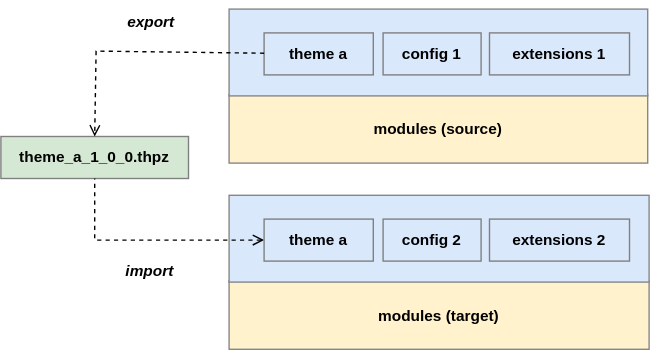
MalcomChumchouaPenda/Pigal-Flask keeps this draw.io diagram as docs/diagrams/pigal_theme_flows.drawio.svg. Above is the earlier version. Source tidied: cells renumbered, new cells last; positions are measured from the earlier drawing's top-left corner, leaving out a move shared by most shapes. Its diagram source:
```xml
<mxGraphModel>
  <root>
    <mxCell id="0" />
    <mxCell id="1" parent="0" />
    <mxCell id="2" value="modules (source)" style="rounded=0;whiteSpace=wrap;html=1;fillColor=#FFF2CC;strokeColor=#878787;fontStyle=1;fontSize=11;" parent="1" vertex="1">
      <mxGeometry x="163" y="67" width="299" height="49" as="geometry" />
    </mxCell>
    <mxCell id="3" value="import" style="text;html=1;strokeColor=none;fillColor=none;align=center;verticalAlign=middle;rounded=0;fontStyle=3;fontSize=11;" parent="1" vertex="1">
      <mxGeometry x="82" y="178" width="48.8" height="30" as="geometry" />
    </mxCell>
    <mxCell id="4" style="rounded=0;whiteSpace=wrap;html=1;fillColor=#dae8fc;fontStyle=1;fontSize=11;strokeColor=#878787;" parent="1" vertex="1">
      <mxGeometry x="163" y="6" width="299" height="62" as="geometry" />
    </mxCell>
    <mxCell id="5" value="theme a" style="text;html=1;align=center;verticalAlign=middle;whiteSpace=wrap;rounded=0;fontSize=11;fontStyle=1;fillColor=none;strokeColor=#808080;" parent="1" vertex="1">
      <mxGeometry x="188" y="23" width="78" height="30" as="geometry" />
    </mxCell>
    <mxCell id="6" value="theme_a_1_0_0.thpz" style="text;html=1;align=center;verticalAlign=middle;whiteSpace=wrap;rounded=0;fontSize=11;fontStyle=1;fillColor=#D5E8D4;strokeColor=#808080;" parent="1" vertex="1">
      <mxGeometry y="97" width="134" height="30" as="geometry" />
    </mxCell>
    <mxCell id="7" value="export" style="text;html=1;strokeColor=none;fillColor=none;align=center;verticalAlign=middle;rounded=0;fontStyle=3;fontSize=11;" parent="1" vertex="1">
      <mxGeometry x="83" width="47.8" height="30" as="geometry" />
    </mxCell>
    <mxCell id="8" value="config 1" style="text;html=1;align=center;verticalAlign=middle;whiteSpace=wrap;rounded=0;fontSize=11;fontStyle=1;fillColor=none;strokeColor=#808080;" parent="1" vertex="1">
      <mxGeometry x="273" y="23" width="70" height="30" as="geometry" />
    </mxCell>
    <mxCell id="9" value="extensions 1" style="text;html=1;align=center;verticalAlign=middle;whiteSpace=wrap;rounded=0;fontSize=11;fontStyle=1;fillColor=none;strokeColor=#808080;" parent="1" vertex="1">
      <mxGeometry x="349" y="23" width="100" height="30" as="geometry" />
    </mxCell>
    <mxCell id="10" value="modules (target)" style="rounded=0;whiteSpace=wrap;html=1;fillColor=#FFF2CC;strokeColor=#878787;fontStyle=1;fontSize=11;" parent="1" vertex="1">
      <mxGeometry x="163" y="200" width="300" height="49" as="geometry" />
    </mxCell>
    <mxCell id="11" style="rounded=0;whiteSpace=wrap;html=1;fillColor=#dae8fc;fontStyle=1;fontSize=11;strokeColor=#878787;" parent="1" vertex="1">
      <mxGeometry x="163" y="139" width="300" height="62" as="geometry" />
    </mxCell>
    <mxCell id="12" style="edgeStyle=none;html=1;entryX=0.5;entryY=1;entryDx=0;entryDy=0;rounded=0;curved=0;dashed=1;endArrow=none;endFill=0;startArrow=open;startFill=0;" parent="1" edge="1" source="13" target="6">
      <mxGeometry relative="1" as="geometry">
        <Array as="points">
          <mxPoint x="67" y="171" />
        </Array>
      </mxGeometry>
    </mxCell>
    <mxCell id="13" value="theme a" style="text;html=1;align=center;verticalAlign=middle;whiteSpace=wrap;rounded=0;fontSize=11;fontStyle=1;fillColor=none;strokeColor=#808080;" parent="1" vertex="1">
      <mxGeometry x="188" y="156" width="78" height="30" as="geometry" />
    </mxCell>
    <mxCell id="14" value="config 2" style="text;html=1;align=center;verticalAlign=middle;whiteSpace=wrap;rounded=0;fontSize=11;fontStyle=1;fillColor=none;strokeColor=#808080;" parent="1" vertex="1">
      <mxGeometry x="273" y="156" width="70" height="30" as="geometry" />
    </mxCell>
    <mxCell id="15" value="extensions 2" style="text;html=1;align=center;verticalAlign=middle;whiteSpace=wrap;rounded=0;fontSize=11;fontStyle=1;fillColor=none;strokeColor=#808080;" parent="1" vertex="1">
      <mxGeometry x="349" y="156" width="100" height="30" as="geometry" />
    </mxCell>
    <mxCell id="16" style="edgeStyle=none;html=1;entryX=0.5;entryY=0;entryDx=0;entryDy=0;rounded=0;curved=0;dashed=1;endArrow=open;endFill=0;" parent="1" edge="1" source="5" target="6">
      <mxGeometry relative="1" as="geometry">
        <Array as="points">
          <mxPoint x="68" y="36" />
        </Array>
      </mxGeometry>
    </mxCell>
  </root>
</mxGraphModel>
```
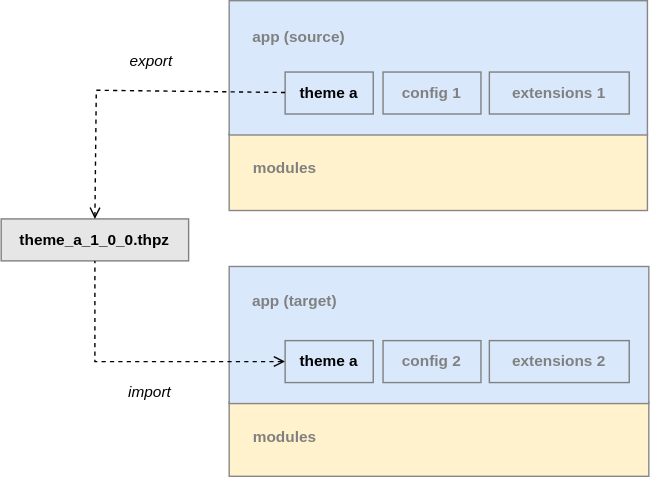
After the commit.

Commit message:
change theme/module architecture

Change to the diagram source:
```diff
@@ -2,35 +2,35 @@
   <root>
     <mxCell id="0" />
     <mxCell id="1" parent="0" />
-    <mxCell id="2" value="modules (source)" style="rounded=0;whiteSpace=wrap;html=1;fillColor=#FFF2CC;strokeColor=#878787;fontStyle=1;fontSize=11;" parent="1" vertex="1">
-      <mxGeometry x="163" y="67" width="299" height="49" as="geometry" />
+    <mxCell id="2" style="rounded=0;whiteSpace=wrap;html=1;fillColor=#FFF2CC;strokeColor=#878787;fontStyle=1;fontSize=11;fontColor=#808080;" parent="1" vertex="1">
+      <mxGeometry x="163" y="8" width="299" height="55" as="geometry" />
     </mxCell>
-    <mxCell id="3" value="import" style="text;html=1;strokeColor=none;fillColor=none;align=center;verticalAlign=middle;rounded=0;fontStyle=3;fontSize=11;" parent="1" vertex="1">
+    <mxCell id="3" value="import" style="text;html=1;strokeColor=none;fillColor=none;align=center;verticalAlign=middle;rounded=0;fontStyle=2;fontSize=11;" parent="1" vertex="1">
       <mxGeometry x="82" y="178" width="48.8" height="30" as="geometry" />
     </mxCell>
     <mxCell id="4" style="rounded=0;whiteSpace=wrap;html=1;fillColor=#dae8fc;fontStyle=1;fontSize=11;strokeColor=#878787;" parent="1" vertex="1">
-      <mxGeometry x="163" y="6" width="299" height="62" as="geometry" />
+      <mxGeometry x="163" y="-87" width="299" height="96" as="geometry" />
     </mxCell>
     <mxCell id="5" value="theme a" style="text;html=1;align=center;verticalAlign=middle;whiteSpace=wrap;rounded=0;fontSize=11;fontStyle=1;fillColor=none;strokeColor=#808080;" parent="1" vertex="1">
-      <mxGeometry x="188" y="23" width="78" height="30" as="geometry" />
+      <mxGeometry x="203" y="-36" width="63" height="30" as="geometry" />
     </mxCell>
-    <mxCell id="6" value="theme_a_1_0_0.thpz" style="text;html=1;align=center;verticalAlign=middle;whiteSpace=wrap;rounded=0;fontSize=11;fontStyle=1;fillColor=#D5E8D4;strokeColor=#808080;" parent="1" vertex="1">
-      <mxGeometry y="97" width="134" height="30" as="geometry" />
+    <mxCell id="6" value="theme_a_1_0_0.thpz" style="text;html=1;align=center;verticalAlign=middle;whiteSpace=wrap;rounded=0;fontSize=11;fontStyle=1;fillColor=#E6E6E6;strokeColor=#808080;" parent="1" vertex="1">
+      <mxGeometry y="69" width="134" height="30" as="geometry" />
     </mxCell>
-    <mxCell id="7" value="export" style="text;html=1;strokeColor=none;fillColor=none;align=center;verticalAlign=middle;rounded=0;fontStyle=3;fontSize=11;" parent="1" vertex="1">
-      <mxGeometry x="83" width="47.8" height="30" as="geometry" />
+    <mxCell id="7" value="export" style="text;html=1;strokeColor=none;fillColor=none;align=center;verticalAlign=middle;rounded=0;fontStyle=2;fontSize=11;" parent="1" vertex="1">
+      <mxGeometry x="83" y="-59" width="47.8" height="30" as="geometry" />
     </mxCell>
-    <mxCell id="8" value="config 1" style="text;html=1;align=center;verticalAlign=middle;whiteSpace=wrap;rounded=0;fontSize=11;fontStyle=1;fillColor=none;strokeColor=#808080;" parent="1" vertex="1">
-      <mxGeometry x="273" y="23" width="70" height="30" as="geometry" />
+    <mxCell id="8" value="config 1" style="text;html=1;align=center;verticalAlign=middle;whiteSpace=wrap;rounded=0;fontSize=11;fontStyle=1;fillColor=none;strokeColor=#808080;fontColor=#808080;" parent="1" vertex="1">
+      <mxGeometry x="273" y="-36" width="70" height="30" as="geometry" />
     </mxCell>
-    <mxCell id="9" value="extensions 1" style="text;html=1;align=center;verticalAlign=middle;whiteSpace=wrap;rounded=0;fontSize=11;fontStyle=1;fillColor=none;strokeColor=#808080;" parent="1" vertex="1">
-      <mxGeometry x="349" y="23" width="100" height="30" as="geometry" />
+    <mxCell id="9" value="extensions 1" style="text;html=1;align=center;verticalAlign=middle;whiteSpace=wrap;rounded=0;fontSize=11;fontStyle=1;fillColor=none;strokeColor=#808080;fontColor=#808080;" parent="1" vertex="1">
+      <mxGeometry x="349" y="-36" width="100" height="30" as="geometry" />
     </mxCell>
-    <mxCell id="10" value="modules (target)" style="rounded=0;whiteSpace=wrap;html=1;fillColor=#FFF2CC;strokeColor=#878787;fontStyle=1;fontSize=11;" parent="1" vertex="1">
-      <mxGeometry x="163" y="200" width="300" height="49" as="geometry" />
+    <mxCell id="10" style="rounded=0;whiteSpace=wrap;html=1;fillColor=#FFF2CC;strokeColor=#878787;fontStyle=1;fontSize=11;fontColor=#808080;" parent="1" vertex="1">
+      <mxGeometry x="163" y="200" width="300" height="53" as="geometry" />
     </mxCell>
     <mxCell id="11" style="rounded=0;whiteSpace=wrap;html=1;fillColor=#dae8fc;fontStyle=1;fontSize=11;strokeColor=#878787;" parent="1" vertex="1">
-      <mxGeometry x="163" y="139" width="300" height="62" as="geometry" />
+      <mxGeometry x="163" y="103" width="300" height="98" as="geometry" />
     </mxCell>
     <mxCell id="12" style="edgeStyle=none;html=1;entryX=0.5;entryY=1;entryDx=0;entryDy=0;rounded=0;curved=0;dashed=1;endArrow=none;endFill=0;startArrow=open;startFill=0;" parent="1" edge="1" source="13" target="6">
       <mxGeometry relative="1" as="geometry">
@@ -40,20 +40,32 @@
       </mxGeometry>
     </mxCell>
     <mxCell id="13" value="theme a" style="text;html=1;align=center;verticalAlign=middle;whiteSpace=wrap;rounded=0;fontSize=11;fontStyle=1;fillColor=none;strokeColor=#808080;" parent="1" vertex="1">
-      <mxGeometry x="188" y="156" width="78" height="30" as="geometry" />
+      <mxGeometry x="203" y="156" width="63" height="30" as="geometry" />
     </mxCell>
-    <mxCell id="14" value="config 2" style="text;html=1;align=center;verticalAlign=middle;whiteSpace=wrap;rounded=0;fontSize=11;fontStyle=1;fillColor=none;strokeColor=#808080;" parent="1" vertex="1">
+    <mxCell id="14" value="config 2" style="text;html=1;align=center;verticalAlign=middle;whiteSpace=wrap;rounded=0;fontSize=11;fontStyle=1;fillColor=none;strokeColor=#808080;fontColor=#808080;" parent="1" vertex="1">
       <mxGeometry x="273" y="156" width="70" height="30" as="geometry" />
     </mxCell>
-    <mxCell id="15" value="extensions 2" style="text;html=1;align=center;verticalAlign=middle;whiteSpace=wrap;rounded=0;fontSize=11;fontStyle=1;fillColor=none;strokeColor=#808080;" parent="1" vertex="1">
+    <mxCell id="15" value="extensions 2" style="text;html=1;align=center;verticalAlign=middle;whiteSpace=wrap;rounded=0;fontSize=11;fontStyle=1;fillColor=none;strokeColor=#808080;fontColor=#808080;" parent="1" vertex="1">
       <mxGeometry x="349" y="156" width="100" height="30" as="geometry" />
     </mxCell>
     <mxCell id="16" style="edgeStyle=none;html=1;entryX=0.5;entryY=0;entryDx=0;entryDy=0;rounded=0;curved=0;dashed=1;endArrow=open;endFill=0;" parent="1" edge="1" source="5" target="6">
       <mxGeometry relative="1" as="geometry">
         <Array as="points">
-          <mxPoint x="68" y="36" />
+          <mxPoint x="68" y="-23" />
         </Array>
       </mxGeometry>
     </mxCell>
+    <mxCell id="17" value="modules" style="text;html=1;align=center;verticalAlign=middle;whiteSpace=wrap;rounded=0;fontSize=11;fontStyle=1;fillColor=none;strokeColor=none;fontColor=#808080;" parent="1" vertex="1">
+      <mxGeometry x="173" y="17.5" width="60" height="30" as="geometry" />
+    </mxCell>
+    <mxCell id="18" value="modules" style="text;html=1;align=center;verticalAlign=middle;whiteSpace=wrap;rounded=0;fontSize=11;fontStyle=1;fillColor=none;strokeColor=none;fontColor=#808080;" parent="1" vertex="1">
+      <mxGeometry x="173" y="209.5" width="60" height="30" as="geometry" />
+    </mxCell>
+    <mxCell id="19" value="app (source)" style="text;html=1;align=center;verticalAlign=middle;whiteSpace=wrap;rounded=0;fontSize=11;fontStyle=1;fillColor=none;strokeColor=none;fontColor=#808080;" parent="1" vertex="1">
+      <mxGeometry x="173" y="-76" width="80" height="30" as="geometry" />
+    </mxCell>
+    <mxCell id="20" value="app (target)" style="text;html=1;align=center;verticalAlign=middle;whiteSpace=wrap;rounded=0;fontSize=11;fontStyle=1;fillColor=none;strokeColor=none;fontColor=#808080;" parent="1" vertex="1">
+      <mxGeometry x="175" y="113" width="70" height="30" as="geometry" />
+    </mxCell>
   </root>
 </mxGraphModel>
```
